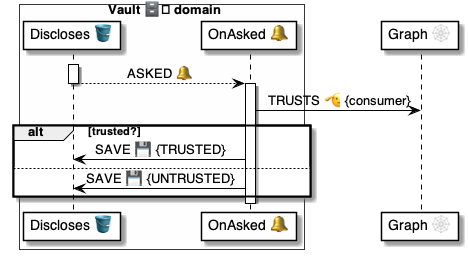
Above: 4 ⚙️ Solution/41 🎭 Domain Roles/Vaults 🗄️/🗄️🪣 Vault tables/Discloses 💼 table/🪣🔔 1 Asked/🗄️ OnAsked ⚙️ uml.png in pollyweb-org/pollyweb-docs (PlantUML), before the change. Its source is kept beside it as 4 ⚙️ Solution/41 🎭 Domain Roles/Vaults 🗄️/🗄️🪣 Vault tables/Discloses 💼 table/🪣🔔 1 Asked/🗄️ OnAsked ⚙️ uml.puml. Source of this version:
```plantuml
@startuml OnDiscloseAsked

box Vault 🗄️ domain #FFFFFA
    participant "Discloses 🪣" as table
    participant "OnAsked 🔔" as handler
end box
participant "Graph 🕸" as graph


activate table
    table --> handler: ASKED 🔔
deactivate table

activate handler
    handler -> graph: TRUSTS 🫡 {consumer}

    alt trusted?
        handler -> table: SAVE 💾 {TRUSTED}
    else
        handler -> table: SAVE 💾 {UNTRUSTED}
    end alt
deactivate handler

@enduml
```
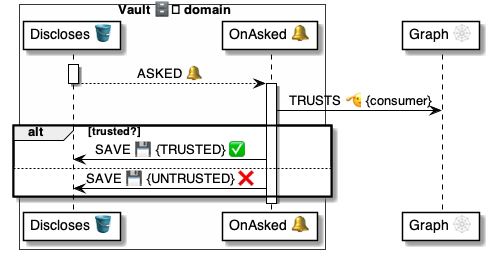
After the change.

What changed in the source:
```diff
@@ -15,9 +15,9 @@
     handler -> graph: TRUSTS 🫡 {consumer}
 
     alt trusted?
-        handler -> table: SAVE 💾 {TRUSTED}
+        handler -> table: SAVE 💾 {TRUSTED} ✅
     else
-        handler -> table: SAVE 💾 {UNTRUSTED}
+        handler -> table: SAVE 💾 {UNTRUSTED} ❌
     end alt
 deactivate handler
 
```
